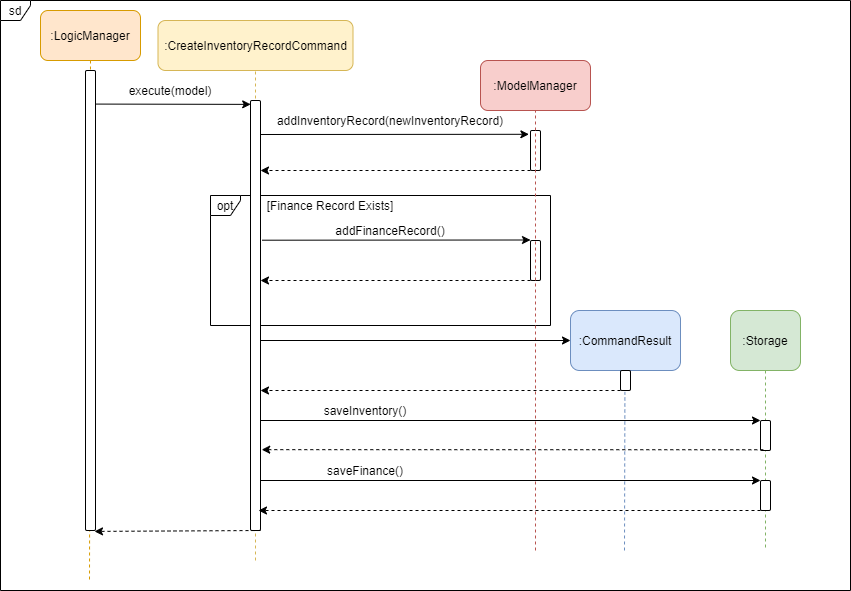
nus-cs2103-AY2021S1/tp keeps this draw.io diagram as docs/images/AddInventoryCommandExecuteSequenceDiagram.png. Above is the earlier version. Source tidied: cells renumbered, new cells last; positions are measured from the earlier drawing's top-left corner, leaving out a move shared by most shapes.
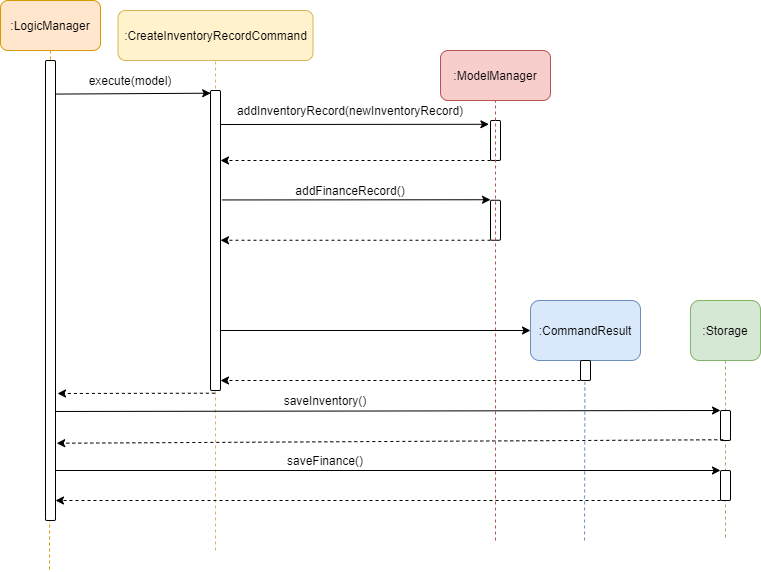
After the change.

Diff of the diagram source:
```diff
@@ -2,9 +2,6 @@
   <root>
     <mxCell id="0" />
     <mxCell id="1" parent="0" />
-    <mxCell id="2" value="opt" style="shape=umlFrame;whiteSpace=wrap;html=1;rounded=1;width=30;height=20;" parent="1" vertex="1">
-      <mxGeometry x="210" y="195" width="340" height="130" as="geometry" />
-    </mxCell>
     <mxCell id="3" style="endArrow=none;dashed=1;html=1;entryX=0.5;entryY=1;entryDx=0;entryDy=0;fillColor=#fff2cc;strokeColor=#d6b656;" parent="1" edge="1" target="6">
       <mxGeometry relative="1" as="geometry">
         <mxPoint x="255" y="560" as="sourcePoint" />
@@ -15,14 +12,11 @@
         <mxPoint x="89" y="580" as="targetPoint" />
       </mxGeometry>
     </mxCell>
-    <mxCell id="5" value="sd" style="shape=umlFrame;whiteSpace=wrap;html=1;rounded=1;width=30;height=20;" parent="1" vertex="1">
-      <mxGeometry width="850" height="590" as="geometry" />
-    </mxCell>
     <mxCell id="6" value=":CreateInventoryRecordCommand" style="rounded=1;whiteSpace=wrap;html=1;fillColor=#fff2cc;strokeColor=#d6b656;" parent="1" vertex="1">
       <mxGeometry x="157.5" y="20" width="195" height="50" as="geometry" />
     </mxCell>
     <mxCell id="7" style="html=1;points=[];perimeter=orthogonalPerimeter;rounded=1;" parent="1" vertex="1">
-      <mxGeometry x="250" y="100" width="10" height="430" as="geometry" />
+      <mxGeometry x="250" y="100" width="10" height="300" as="geometry" />
     </mxCell>
     <mxCell id="8" value=":LogicManager" style="rounded=1;whiteSpace=wrap;html=1;fillColor=#ffe6cc;strokeColor=#d79b00;" parent="1" vertex="1">
       <mxGeometry x="40" y="10" width="100" height="50" as="geometry" />
@@ -58,12 +52,12 @@
     </mxCell>
     <mxCell id="17" style="endArrow=classic;html=1;entryX=-0.16;entryY=0.095;entryDx=0;entryDy=0;entryPerimeter=0;" parent="1" edge="1">
       <mxGeometry relative="1" as="geometry">
-        <mxPoint x="261.6" y="239.7" as="sourcePoint" />
-        <mxPoint x="530" y="239.5" as="targetPoint" />
+        <mxPoint x="261.6" y="209.5" as="sourcePoint" />
+        <mxPoint x="530" y="209.2" as="targetPoint" />
       </mxGeometry>
     </mxCell>
     <mxCell id="18" style="html=1;perimeter=orthogonalPerimeter;rounded=1;" parent="1" vertex="1">
-      <mxGeometry x="530" y="240" width="10" height="40" as="geometry" />
+      <mxGeometry x="530" y="209.8" width="10" height="40" as="geometry" />
     </mxCell>
     <mxCell id="19" style="endArrow=none;dashed=1;html=1;entryX=0.5;entryY=1;entryDx=0;entryDy=0;fillColor=#f8cecc;strokeColor=#b85450;" parent="1" edge="1" target="12">
       <mxGeometry relative="1" as="geometry">
@@ -72,16 +66,13 @@
     </mxCell>
     <mxCell id="20" style="endArrow=classic;html=1;dashed=1;" parent="1" edge="1">
       <mxGeometry relative="1" as="geometry">
-        <mxPoint x="530" y="280" as="sourcePoint" />
-        <mxPoint x="260" y="280" as="targetPoint" />
+        <mxPoint x="530" y="249.8" as="sourcePoint" />
+        <mxPoint x="260" y="249.8" as="targetPoint" />
       </mxGeometry>
     </mxCell>
     <mxCell id="21" value="addFinanceRecord()" style="text;html=1;strokeColor=none;fillColor=none;align=center;verticalAlign=middle;whiteSpace=wrap;rounded=0;" parent="1" vertex="1">
-      <mxGeometry x="370" y="220" width="40" height="20" as="geometry" />
+      <mxGeometry x="370" y="189.8" width="40" height="20" as="geometry" />
     </mxCell>
-    <mxCell id="22" value="[Finance Record Exists]" style="text;html=1;strokeColor=none;fillColor=none;align=center;verticalAlign=middle;whiteSpace=wrap;rounded=0;" parent="1" vertex="1">
-      <mxGeometry x="260" y="195" width="140" height="20" as="geometry" />
-    </mxCell>
     <mxCell id="23" style="endArrow=classic;html=1;" parent="1" edge="1">
       <mxGeometry relative="1" as="geometry">
         <mxPoint x="260" y="340" as="sourcePoint" />
@@ -100,9 +91,8 @@
         <mxPoint x="260" y="390" as="targetPoint" />
       </mxGeometry>
     </mxCell>
-    <mxCell id="27" style="endArrow=classic;html=1;" parent="1" edge="1">
+    <mxCell id="27" style="endArrow=classic;html=1;exitX=1.028;exitY=0.763;exitDx=0;exitDy=0;exitPerimeter=0;" parent="1" edge="1" source="9">
       <mxGeometry relative="1" as="geometry">
-        <mxPoint x="260" y="420" as="sourcePoint" />
         <mxPoint x="760" y="420" as="targetPoint" />
       </mxGeometry>
     </mxCell>
@@ -120,30 +110,28 @@
     <mxCell id="31" value="saveInventory()" style="text;html=1;strokeColor=none;fillColor=none;align=center;verticalAlign=middle;whiteSpace=wrap;rounded=0;" parent="1" vertex="1">
       <mxGeometry x="345" y="400" width="40" height="20" as="geometry" />
     </mxCell>
-    <mxCell id="32" style="endArrow=classic;html=1;dashed=1;exitX=0.28;exitY=0.975;exitDx=0;exitDy=0;exitPerimeter=0;entryX=1.12;entryY=0.812;entryDx=0;entryDy=0;entryPerimeter=0;" parent="1" edge="1" source="30" target="7">
+    <mxCell id="32" style="endArrow=classic;html=1;dashed=1;exitX=0.28;exitY=0.975;exitDx=0;exitDy=0;exitPerimeter=0;entryX=1.119;entryY=0.832;entryDx=0;entryDy=0;entryPerimeter=0;" parent="1" edge="1" source="30" target="9">
       <mxGeometry relative="1" as="geometry" />
     </mxCell>
     <mxCell id="33" style="html=1;perimeter=orthogonalPerimeter;rounded=1;" parent="1" vertex="1">
       <mxGeometry x="760" y="480" width="10" height="30" as="geometry" />
     </mxCell>
-    <mxCell id="34" style="endArrow=classic;html=1;" parent="1" edge="1">
+    <mxCell id="34" style="endArrow=classic;html=1;" parent="1" edge="1" source="9">
       <mxGeometry relative="1" as="geometry">
-        <mxPoint x="260" y="480" as="sourcePoint" />
         <mxPoint x="760" y="480" as="targetPoint" />
       </mxGeometry>
     </mxCell>
-    <mxCell id="35" style="endArrow=classic;html=1;dashed=1;exitX=0.28;exitY=0.975;exitDx=0;exitDy=0;exitPerimeter=0;" parent="1" edge="1">
+    <mxCell id="35" style="endArrow=classic;html=1;dashed=1;exitX=0.28;exitY=0.975;exitDx=0;exitDy=0;exitPerimeter=0;" parent="1" edge="1" target="9">
       <mxGeometry relative="1" as="geometry">
         <mxPoint x="760" y="510" as="sourcePoint" />
-        <mxPoint x="258" y="510" as="targetPoint" />
       </mxGeometry>
     </mxCell>
     <mxCell id="36" value="saveFinance()" style="text;html=1;strokeColor=none;fillColor=none;align=center;verticalAlign=middle;whiteSpace=wrap;rounded=0;" parent="1" vertex="1">
       <mxGeometry x="345" y="460" width="40" height="20" as="geometry" />
     </mxCell>
-    <mxCell id="37" style="endArrow=classic;html=1;dashed=1;entryX=0.9;entryY=1.002;entryDx=0;entryDy=0;entryPerimeter=0;" parent="1" edge="1" target="9">
+    <mxCell id="37" style="endArrow=classic;html=1;dashed=1;exitX=0.437;exitY=1.009;exitDx=0;exitDy=0;exitPerimeter=0;" parent="1" edge="1" source="7">
       <mxGeometry relative="1" as="geometry">
-        <mxPoint x="260" y="530" as="sourcePoint" />
+        <mxPoint x="97" y="403" as="targetPoint" />
       </mxGeometry>
     </mxCell>
     <mxCell id="38" style="endArrow=none;dashed=1;html=1;entryX=0.44;entryY=1.07;entryDx=0;entryDy=0;entryPerimeter=0;fillColor=#dae8fc;strokeColor=#6c8ebf;" parent="1" edge="1" target="25">
```
